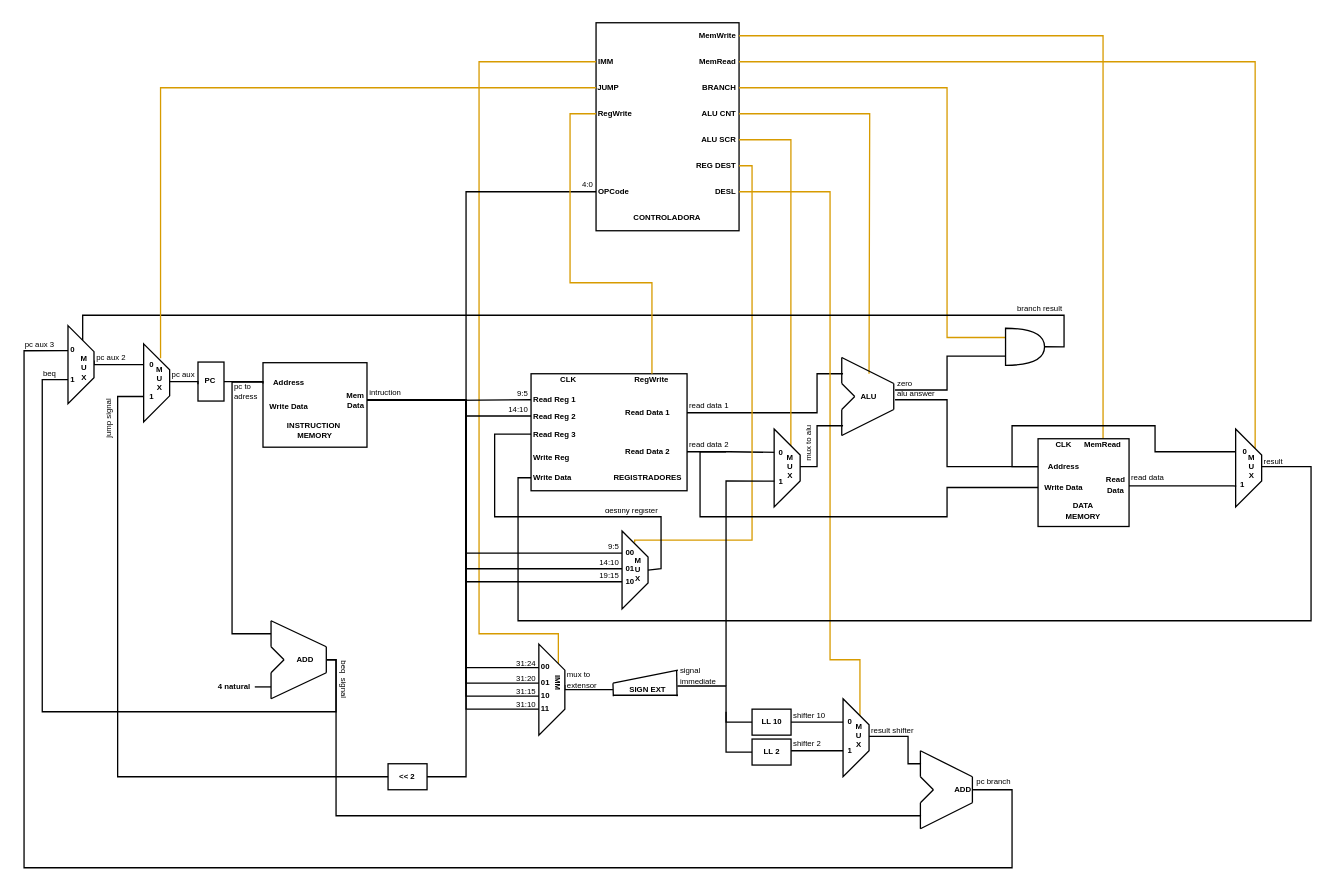
RodolfoLessa/risc-v_basead_CPU keeps this draw.io diagram as Data Path.drawio. Above is the earlier version. Source tidied: cells renumbered, new cells numbered last; positions are measured from the earlier drawing's top-left corner, leaving out a move shared by most shapes. Both pictures are drawn from the tidied source at 130%, with x=0, y=0 at pixel (22, 22).
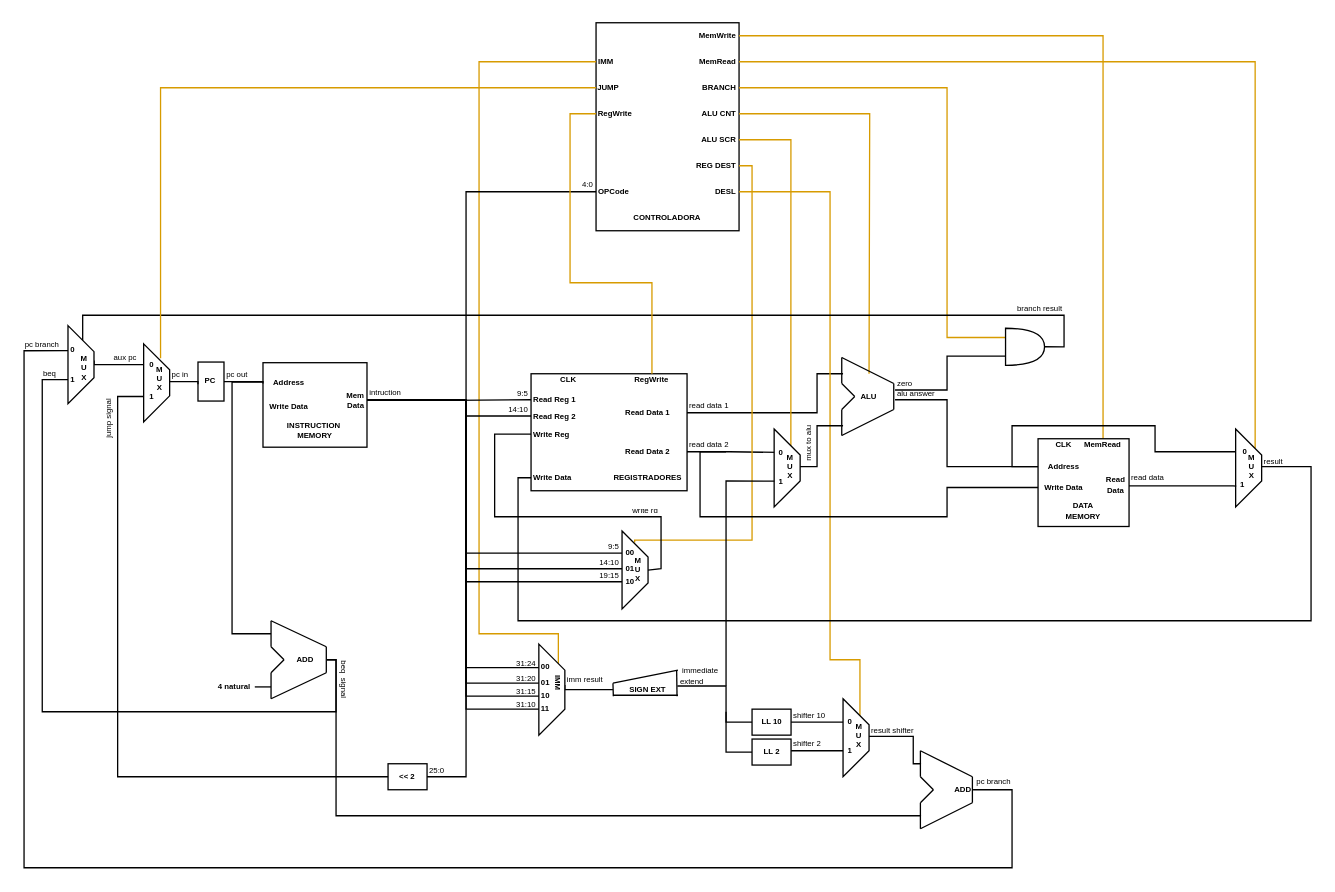
Above is the later version.

Commit message:
atualizando o diagrama com os sinais do datapath

Unchanged cells that the change refers to:
```xml
<mxCell id="41" value="Mem&lt;br&gt;Data" style="text;html=1;strokeColor=none;fillColor=none;align=right;verticalAlign=middle;whiteSpace=wrap;rounded=0;fontSize=6;fontStyle=1;" parent="1" vertex="1">
  <mxGeometry x="224.8" y="280.5" width="40.2" height="20" as="geometry" />
</mxCell>
<mxCell id="84" value="M&lt;br&gt;U&lt;br&gt;X" style="text;html=1;strokeColor=none;fillColor=none;align=center;verticalAlign=middle;whiteSpace=wrap;rounded=0;fontSize=6;fontStyle=1;rotation=0;" parent="1" vertex="1">
  <mxGeometry x="636" y="539" width="15" height="20" as="geometry" />
</mxCell>
<mxCell id="100" style="rounded=0;whiteSpace=wrap;html=1;" parent="1" vertex="1">
  <mxGeometry x="281" y="570" width="30" height="20" as="geometry" />
</mxCell>
<mxCell id="119" style="shape=trapezoid;perimeter=trapezoidPerimeter;whiteSpace=wrap;html=1;fixedSize=1;direction=south;" parent="1" vertex="1">
  <mxGeometry x="461" y="391" width="20" height="60" as="geometry" />
</mxCell>
```

The edit, as a diff of the source:
```diff
@@
     <mxCell id="6" value="Write Reg" style="text;html=1;strokeColor=none;fillColor=none;align=left;verticalAlign=middle;whiteSpace=wrap;rounded=0;fontSize=6;fontStyle=1;" parent="1" vertex="1">
-      <mxGeometry x="391" y="325" width="50" height="20" as="geometry" />
+      <mxGeometry x="391" y="306.5" width="50" height="20" as="geometry" />
     </mxCell>
@@
-    <mxCell id="39" style="edgeStyle=orthogonalEdgeStyle;shape=connector;rounded=0;jettySize=auto;html=1;entryX=0;entryY=0.5;entryDx=0;entryDy=0;labelBackgroundColor=default;strokeColor=default;fontFamily=Helvetica;fontSize=11;fontColor=default;endArrow=none;endFill=0;" parent="1" edge="1" source="41" target="100">
+    <mxCell id="39" style="edgeStyle=orthogonalEdgeStyle;shape=connector;rounded=0;jettySize=auto;html=1;entryX=0;entryY=0.5;entryDx=0;entryDy=0;labelBackgroundColor=default;strokeColor=default;fontFamily=Helvetica;fontSize=11;fontColor=default;endArrow=none;endFill=0;" parent="1" edge="1" source="191" target="100">
       <mxGeometry relative="1" as="geometry">
         <Array as="points">
           <mxPoint x="341" y="291" />
           <mxPoint x="341" y="580" />
         </Array>
       </mxGeometry>
     </mxCell>
@@
     <mxCell id="83" style="edgeStyle=orthogonalEdgeStyle;shape=connector;rounded=0;jettySize=auto;html=1;exitX=1;exitY=0.5;exitDx=0;exitDy=0;labelBackgroundColor=default;strokeColor=default;fontFamily=Helvetica;fontSize=11;fontColor=default;endArrow=none;endFill=0;" parent="1" edge="1" source="84">
       <mxGeometry relative="1" as="geometry">
         <mxPoint x="691" y="570" as="targetPoint" />
         <Array as="points">
-          <mxPoint x="681" y="549" />
-          <mxPoint x="681" y="570" />
+          <mxPoint x="685" y="549" />
+          <mxPoint x="685" y="570" />
         </Array>
       </mxGeometry>
     </mxCell>
@@
-    <mxCell id="129" style="edgeStyle=orthogonalEdgeStyle;shape=connector;rounded=0;jettySize=auto;html=1;entryX=0.5;entryY=0;entryDx=0;entryDy=0;labelBackgroundColor=default;strokeColor=default;fontFamily=Helvetica;fontSize=11;fontColor=default;endArrow=none;endFill=0;" parent="1" edge="1" source="130" target="119">
+    <mxCell id="129" style="edgeStyle=orthogonalEdgeStyle;shape=connector;rounded=0;jettySize=auto;html=1;entryX=0.5;entryY=0;entryDx=0;entryDy=0;labelBackgroundColor=default;strokeColor=default;fontFamily=Helvetica;fontSize=11;fontColor=default;endArrow=none;endFill=0;" parent="1" edge="1" target="119">
       <mxGeometry relative="1" as="geometry">
+        <mxPoint x="391" y="316.5" as="sourcePoint" />
         <Array as="points">
           <mxPoint x="363" y="316" />
           <mxPoint x="363" y="380" />
           <mxPoint x="491" y="380" />
           <mxPoint x="491" y="420" />
         </Array>
       </mxGeometry>
     </mxCell>
-    <mxCell id="130" value="Read Reg 3" style="text;html=1;strokeColor=none;fillColor=none;align=left;verticalAlign=middle;whiteSpace=wrap;rounded=0;fontSize=6;fontStyle=1;" parent="1" vertex="1">
-      <mxGeometry x="391" y="306.5" width="40" height="20" as="geometry" />
-    </mxCell>
@@
-    <mxCell id="156" value="pc aux" style="text;html=1;strokeColor=none;fillColor=none;align=left;verticalAlign=middle;whiteSpace=wrap;rounded=0;fontSize=6;" parent="1" vertex="1">
+    <mxCell id="156" value="pc in" style="text;html=1;strokeColor=none;fillColor=none;align=left;verticalAlign=middle;whiteSpace=wrap;rounded=0;fontSize=6;" parent="1" vertex="1">
       <mxGeometry x="113" y="266.5" width="35" height="9.5" as="geometry" />
     </mxCell>
-    <mxCell id="157" value="pc aux 2" style="text;html=1;strokeColor=none;fillColor=none;align=left;verticalAlign=middle;whiteSpace=wrap;rounded=0;fontSize=6;" parent="1" vertex="1">
+    <mxCell id="157" value="aux pc" style="text;html=1;strokeColor=none;fillColor=none;align=right;verticalAlign=middle;whiteSpace=wrap;rounded=0;fontSize=6;" parent="1" vertex="1">
       <mxGeometry x="54.8" y="253" width="35" height="9.5" as="geometry" />
     </mxCell>
-    <mxCell id="158" value="pc aux 3" style="text;html=1;strokeColor=none;fillColor=none;align=left;verticalAlign=middle;whiteSpace=wrap;rounded=0;fontSize=6;" parent="1" vertex="1">
+    <mxCell id="158" value="pc branch" style="text;html=1;strokeColor=none;fillColor=none;align=left;verticalAlign=middle;whiteSpace=wrap;rounded=0;fontSize=6;" parent="1" vertex="1">
       <mxGeometry x="-0.2" y="243.5" width="35" height="9.5" as="geometry" />
     </mxCell>
@@
-    <mxCell id="160" value="pc to adress" style="text;html=1;strokeColor=none;fillColor=none;align=left;verticalAlign=middle;whiteSpace=wrap;rounded=0;fontSize=6;rotation=0;" parent="1" vertex="1">
-      <mxGeometry x="161" y="276" width="25" height="16.5" as="geometry" />
+    <mxCell id="160" value="pc out" style="text;html=1;strokeColor=none;fillColor=none;align=left;verticalAlign=middle;whiteSpace=wrap;rounded=0;fontSize=6;rotation=0;" parent="1" vertex="1">
+      <mxGeometry x="154.8" y="262.5" width="25" height="16.5" as="geometry" />
     </mxCell>
@@
-    <mxCell id="174" value="&lt;div style=&quot;&quot;&gt;destiny register&lt;/div&gt;" style="text;html=1;strokeColor=none;fillColor=none;align=right;verticalAlign=middle;whiteSpace=wrap;rounded=0;fontSize=6;" parent="1" vertex="1">
+    <mxCell id="174" value="&lt;div style=&quot;&quot;&gt;write rd&lt;/div&gt;" style="text;html=1;strokeColor=none;fillColor=none;align=right;verticalAlign=middle;whiteSpace=wrap;rounded=0;fontSize=6;" parent="1" vertex="1">
       <mxGeometry x="431" y="371.5" width="60" height="9.5" as="geometry" />
     </mxCell>
@@
-    <mxCell id="177" value="signal immediate" style="text;html=1;strokeColor=none;fillColor=none;align=left;verticalAlign=middle;whiteSpace=wrap;rounded=0;fontSize=6;" parent="1" vertex="1">
+    <mxCell id="177" value="&amp;nbsp;immediate extend" style="text;html=1;strokeColor=none;fillColor=none;align=left;verticalAlign=middle;whiteSpace=wrap;rounded=0;fontSize=6;" parent="1" vertex="1">
       <mxGeometry x="504" y="498" width="35" height="9.5" as="geometry" />
     </mxCell>
-    <mxCell id="178" value="mux to extensor" style="text;html=1;strokeColor=none;fillColor=none;align=left;verticalAlign=middle;whiteSpace=wrap;rounded=0;fontSize=6;" parent="1" vertex="1">
+    <mxCell id="178" value="imm result" style="text;html=1;strokeColor=none;fillColor=none;align=left;verticalAlign=middle;whiteSpace=wrap;rounded=0;fontSize=6;" parent="1" vertex="1">
       <mxGeometry x="417" y="501" width="35" height="9.5" as="geometry" />
     </mxCell>
@@
+    <mxCell id="191" value="25:0" style="text;html=1;strokeColor=none;fillColor=none;align=left;verticalAlign=middle;whiteSpace=wrap;rounded=0;fontSize=6;" parent="1" vertex="1">
+      <mxGeometry x="311" y="571" width="30" height="9.5" as="geometry" />
+    </mxCell>
```
